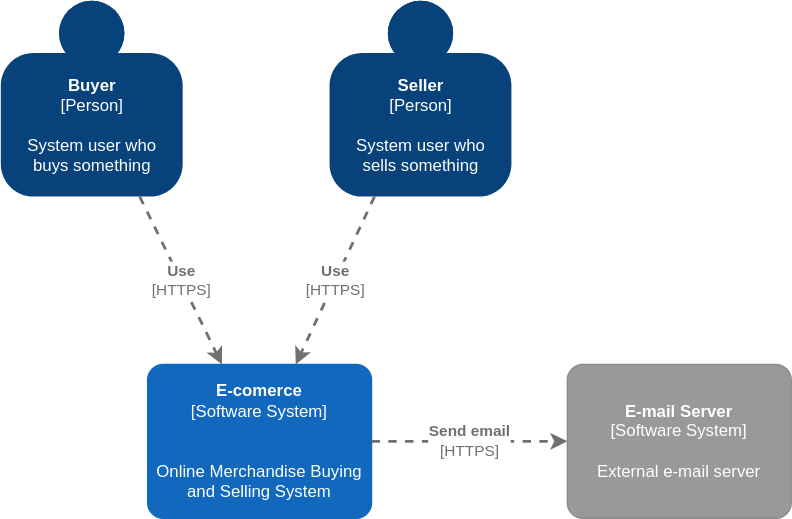
Above: docs/images/arch/context.drawio.svg in gsdenys/ecomerce-microservice-example (draw.io), before the change. Source tidied: cells renumbered, new cells last; positions are measured from the earlier drawing's top-left corner, leaving out a move shared by most shapes. Its diagram source:
```xml
<mxGraphModel>
  <root>
    <mxCell id="0" />
    <mxCell id="1" parent="0" />
    <object id="2" label="&lt;b&gt;%c4Name%&lt;/b&gt;&lt;div&gt;[%c4Type%]&lt;/div&gt;&lt;br&gt;&lt;div&gt;%c4Description%&lt;/div&gt;" c4Description="System user who &#10;buys something" c4Name="Buyer" c4Type="Person" placeholders="1">
      <mxCell style="html=1;dashed=0;whitespace=wrap;fillColor=#08427b;strokeColor=none;fontColor=#ffffff;shape=mxgraph.c4.person;align=center;points=[[0.5,0,0],[1,0.5,0],[1,0.75,0],[0.75,1,0],[0.5,1,0],[0.25,1,0],[0,0.75,0],[0,0.5,0]];metaData={&quot;c4Type&quot;:{&quot;editable&quot;:false}};" parent="1" vertex="1">
        <mxGeometry width="130" height="140" as="geometry" />
      </mxCell>
    </object>
    <object id="3" label="&lt;b&gt;%c4Name%&lt;/b&gt;&lt;div&gt;[%c4Type%]&lt;/div&gt;&lt;br&gt;&lt;div&gt;%c4Description%&lt;/div&gt;" c4Description="System user who &#10;sells something" c4Name="Seller" c4Type="Person" placeholders="1">
      <mxCell style="html=1;dashed=0;whitespace=wrap;fillColor=#08427b;strokeColor=none;fontColor=#ffffff;shape=mxgraph.c4.person;align=center;points=[[0.5,0,0],[1,0.5,0],[1,0.75,0],[0.75,1,0],[0.5,1,0],[0.25,1,0],[0,0.75,0],[0,0.5,0]];metaData={&quot;c4Type&quot;:{&quot;editable&quot;:false}};" parent="1" vertex="1">
        <mxGeometry x="235" width="130" height="140" as="geometry" />
      </mxCell>
    </object>
    <object id="4" label="&lt;b&gt;%c4Name%&lt;/b&gt;&lt;div&gt;[%c4Type%]&lt;/div&gt;&lt;br&gt;&lt;div&gt;%c4Description%&lt;/div&gt;" c4Description="&#10;Online Merchandise Buying and Selling System" c4Name="E-comerce" c4Type="Software System" placeholders="1">
      <mxCell style="rounded=1;whiteSpace=wrap;html=1;labelBackgroundColor=none;fillColor=#1168BD;fontColor=#ffffff;align=center;arcSize=10;strokeColor=#1168BD;metaData={&quot;c4Type&quot;:{&quot;editable&quot;:false}};points=[[0.25,0,0],[0.5,0,0],[0.75,0,0],[1,0.25,0],[1,0.5,0],[1,0.75,0],[0.75,1,0],[0.5,1,0],[0.25,1,0],[0,0.75,0],[0,0.5,0],[0,0.25,0]];" parent="1" vertex="1">
        <mxGeometry x="105" y="260" width="160" height="110" as="geometry" />
      </mxCell>
    </object>
    <object id="5" label="&lt;b&gt;%c4Name%&lt;/b&gt;&lt;div&gt;[%c4Type%]&lt;/div&gt;&lt;br&gt;&lt;div&gt;%c4Description%&lt;/div&gt;" c4Description="External e-mail server" c4Name="E-mail Server" c4Type="Software System" placeholders="1">
      <mxCell style="rounded=1;whiteSpace=wrap;html=1;labelBackgroundColor=none;fillColor=#999999;fontColor=#ffffff;align=center;arcSize=10;strokeColor=#8A8A8A;metaData={&quot;c4Type&quot;:{&quot;editable&quot;:false}};points=[[0.25,0,0],[0.5,0,0],[0.75,0,0],[1,0.25,0],[1,0.5,0],[1,0.75,0],[0.75,1,0],[0.5,1,0],[0.25,1,0],[0,0.75,0],[0,0.5,0],[0,0.25,0]];" parent="1" vertex="1">
        <mxGeometry x="405" y="260" width="160" height="110" as="geometry" />
      </mxCell>
    </object>
    <object id="6" label="&lt;div style=&quot;text-align: left&quot;&gt;&lt;div style=&quot;text-align: center&quot;&gt;&lt;b&gt;%c4Description%&lt;/b&gt;&lt;/div&gt;&lt;div style=&quot;text-align: center&quot;&gt;[%c4Technology%]&lt;/div&gt;&lt;/div&gt;" c4Description="Send email" c4Technology="HTTPS" c4Type="Relationship" placeholders="1">
      <mxCell style="edgeStyle=none;rounded=0;html=1;jettySize=auto;strokeColor=#707070;strokeWidth=2;fontColor=#707070;jumpStyle=none;dashed=1;metaData={&quot;c4Type&quot;:{&quot;editable&quot;:false}};" parent="1" edge="1" source="4" target="5">
        <mxGeometry relative="1" as="geometry" />
      </mxCell>
    </object>
    <object id="7" label="&lt;div style=&quot;text-align: left&quot;&gt;&lt;div style=&quot;text-align: center&quot;&gt;&lt;b&gt;%c4Description%&lt;/b&gt;&lt;/div&gt;&lt;div style=&quot;text-align: center&quot;&gt;[%c4Technology%]&lt;/div&gt;&lt;/div&gt;" c4Description="Use" c4Technology="HTTPS" c4Type="Relationship" placeholders="1">
      <mxCell style="edgeStyle=none;rounded=0;html=1;jettySize=auto;strokeColor=#707070;strokeWidth=2;fontColor=#707070;jumpStyle=none;dashed=1;metaData={&quot;c4Type&quot;:{&quot;editable&quot;:false}};" parent="1" edge="1" source="2" target="4">
        <mxGeometry relative="1" as="geometry" />
      </mxCell>
    </object>
    <object id="8" label="&lt;div style=&quot;text-align: left&quot;&gt;&lt;div style=&quot;text-align: center&quot;&gt;&lt;b&gt;%c4Description%&lt;/b&gt;&lt;/div&gt;&lt;div style=&quot;text-align: center&quot;&gt;[%c4Technology%]&lt;/div&gt;&lt;/div&gt;" c4Description="Use" c4Technology="HTTPS" c4Type="Relationship" placeholders="1">
      <mxCell style="edgeStyle=none;rounded=0;html=1;jettySize=auto;strokeColor=#707070;strokeWidth=2;fontColor=#707070;jumpStyle=none;dashed=1;metaData={&quot;c4Type&quot;:{&quot;editable&quot;:false}};" parent="1" edge="1" source="3" target="4">
        <mxGeometry relative="1" as="geometry" />
      </mxCell>
    </object>
  </root>
</mxGraphModel>
```
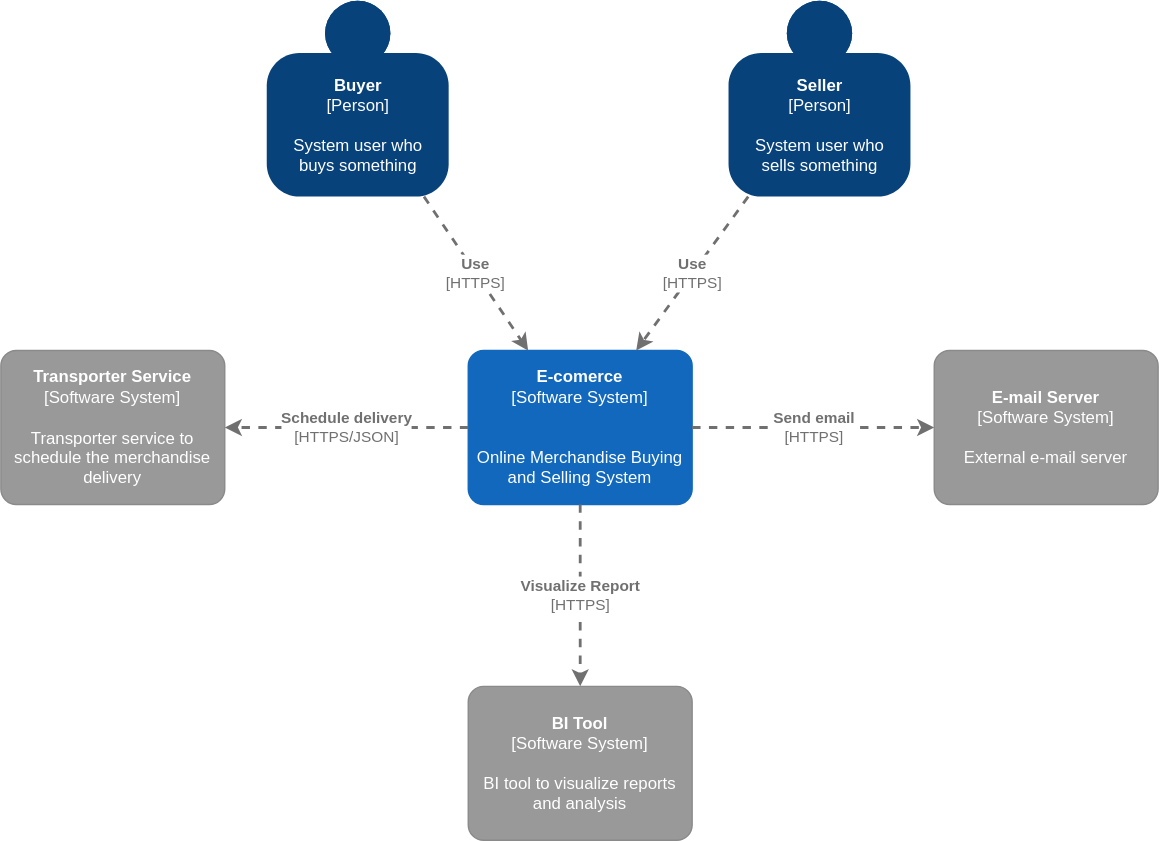
The same diagram one commit later.

Commit message:
add BI Tool to context Diagram

Change to the diagram source:
```diff
@@ -4,22 +4,22 @@
     <mxCell id="1" parent="0" />
     <object id="2" label="&lt;b&gt;%c4Name%&lt;/b&gt;&lt;div&gt;[%c4Type%]&lt;/div&gt;&lt;br&gt;&lt;div&gt;%c4Description%&lt;/div&gt;" c4Description="System user who &#10;buys something" c4Name="Buyer" c4Type="Person" placeholders="1">
       <mxCell style="html=1;dashed=0;whitespace=wrap;fillColor=#08427b;strokeColor=none;fontColor=#ffffff;shape=mxgraph.c4.person;align=center;points=[[0.5,0,0],[1,0.5,0],[1,0.75,0],[0.75,1,0],[0.5,1,0],[0.25,1,0],[0,0.75,0],[0,0.5,0]];metaData={&quot;c4Type&quot;:{&quot;editable&quot;:false}};" parent="1" vertex="1">
-        <mxGeometry width="130" height="140" as="geometry" />
+        <mxGeometry x="10" y="-30" width="130" height="140" as="geometry" />
       </mxCell>
     </object>
     <object id="3" label="&lt;b&gt;%c4Name%&lt;/b&gt;&lt;div&gt;[%c4Type%]&lt;/div&gt;&lt;br&gt;&lt;div&gt;%c4Description%&lt;/div&gt;" c4Description="System user who &#10;sells something" c4Name="Seller" c4Type="Person" placeholders="1">
       <mxCell style="html=1;dashed=0;whitespace=wrap;fillColor=#08427b;strokeColor=none;fontColor=#ffffff;shape=mxgraph.c4.person;align=center;points=[[0.5,0,0],[1,0.5,0],[1,0.75,0],[0.75,1,0],[0.5,1,0],[0.25,1,0],[0,0.75,0],[0,0.5,0]];metaData={&quot;c4Type&quot;:{&quot;editable&quot;:false}};" parent="1" vertex="1">
-        <mxGeometry x="235" width="130" height="140" as="geometry" />
+        <mxGeometry x="340" y="-30" width="130" height="140" as="geometry" />
       </mxCell>
     </object>
     <object id="4" label="&lt;b&gt;%c4Name%&lt;/b&gt;&lt;div&gt;[%c4Type%]&lt;/div&gt;&lt;br&gt;&lt;div&gt;%c4Description%&lt;/div&gt;" c4Description="&#10;Online Merchandise Buying and Selling System" c4Name="E-comerce" c4Type="Software System" placeholders="1">
       <mxCell style="rounded=1;whiteSpace=wrap;html=1;labelBackgroundColor=none;fillColor=#1168BD;fontColor=#ffffff;align=center;arcSize=10;strokeColor=#1168BD;metaData={&quot;c4Type&quot;:{&quot;editable&quot;:false}};points=[[0.25,0,0],[0.5,0,0],[0.75,0,0],[1,0.25,0],[1,0.5,0],[1,0.75,0],[0.75,1,0],[0.5,1,0],[0.25,1,0],[0,0.75,0],[0,0.5,0],[0,0.25,0]];" parent="1" vertex="1">
-        <mxGeometry x="105" y="260" width="160" height="110" as="geometry" />
+        <mxGeometry x="154" y="220" width="160" height="110" as="geometry" />
       </mxCell>
     </object>
     <object id="5" label="&lt;b&gt;%c4Name%&lt;/b&gt;&lt;div&gt;[%c4Type%]&lt;/div&gt;&lt;br&gt;&lt;div&gt;%c4Description%&lt;/div&gt;" c4Description="External e-mail server" c4Name="E-mail Server" c4Type="Software System" placeholders="1">
       <mxCell style="rounded=1;whiteSpace=wrap;html=1;labelBackgroundColor=none;fillColor=#999999;fontColor=#ffffff;align=center;arcSize=10;strokeColor=#8A8A8A;metaData={&quot;c4Type&quot;:{&quot;editable&quot;:false}};points=[[0.25,0,0],[0.5,0,0],[0.75,0,0],[1,0.25,0],[1,0.5,0],[1,0.75,0],[0.75,1,0],[0.5,1,0],[0.25,1,0],[0,0.75,0],[0,0.5,0],[0,0.25,0]];" parent="1" vertex="1">
-        <mxGeometry x="405" y="260" width="160" height="110" as="geometry" />
+        <mxGeometry x="487" y="220" width="160" height="110" as="geometry" />
       </mxCell>
     </object>
     <object id="6" label="&lt;div style=&quot;text-align: left&quot;&gt;&lt;div style=&quot;text-align: center&quot;&gt;&lt;b&gt;%c4Description%&lt;/b&gt;&lt;/div&gt;&lt;div style=&quot;text-align: center&quot;&gt;[%c4Technology%]&lt;/div&gt;&lt;/div&gt;" c4Description="Send email" c4Technology="HTTPS" c4Type="Relationship" placeholders="1">
@@ -37,5 +37,25 @@
         <mxGeometry relative="1" as="geometry" />
       </mxCell>
     </object>
+    <object id="9" label="&lt;b&gt;%c4Name%&lt;/b&gt;&lt;div&gt;[%c4Type%]&lt;/div&gt;&lt;br&gt;&lt;div&gt;%c4Description%&lt;/div&gt;" c4Description="Transporter service to schedule the merchandise delivery" c4Name="Transporter Service" c4Type="Software System" placeholders="1">
+      <mxCell style="rounded=1;whiteSpace=wrap;html=1;labelBackgroundColor=none;fillColor=#999999;fontColor=#ffffff;align=center;arcSize=10;strokeColor=#8A8A8A;metaData={&quot;c4Type&quot;:{&quot;editable&quot;:false}};points=[[0.25,0,0],[0.5,0,0],[0.75,0,0],[1,0.25,0],[1,0.5,0],[1,0.75,0],[0.75,1,0],[0.5,1,0],[0.25,1,0],[0,0.75,0],[0,0.5,0],[0,0.25,0]];" parent="1" vertex="1">
+        <mxGeometry x="-180" y="220" width="160" height="110" as="geometry" />
+      </mxCell>
+    </object>
+    <object id="10" label="&lt;div style=&quot;text-align: left&quot;&gt;&lt;div style=&quot;text-align: center&quot;&gt;&lt;b&gt;%c4Description%&lt;/b&gt;&lt;/div&gt;&lt;div style=&quot;text-align: center&quot;&gt;[%c4Technology%]&lt;/div&gt;&lt;/div&gt;" c4Description="Schedule delivery" c4Technology="HTTPS/JSON" c4Type="Relationship" placeholders="1">
+      <mxCell style="edgeStyle=none;rounded=0;html=1;jettySize=auto;strokeColor=#707070;strokeWidth=2;fontColor=#707070;jumpStyle=none;dashed=1;metaData={&quot;c4Type&quot;:{&quot;editable&quot;:false}};" parent="1" edge="1" source="4" target="9">
+        <mxGeometry relative="1" as="geometry" />
+      </mxCell>
+    </object>
+    <object id="11" label="&lt;b&gt;%c4Name%&lt;/b&gt;&lt;div&gt;[%c4Type%]&lt;/div&gt;&lt;br&gt;&lt;div&gt;%c4Description%&lt;/div&gt;" c4Description="BI tool to visualize reports and analysis" c4Name="BI Tool" c4Type="Software System" placeholders="1">
+      <mxCell style="rounded=1;whiteSpace=wrap;html=1;labelBackgroundColor=none;fillColor=#999999;fontColor=#ffffff;align=center;arcSize=10;strokeColor=#8A8A8A;metaData={&quot;c4Type&quot;:{&quot;editable&quot;:false}};points=[[0.25,0,0],[0.5,0,0],[0.75,0,0],[1,0.25,0],[1,0.5,0],[1,0.75,0],[0.75,1,0],[0.5,1,0],[0.25,1,0],[0,0.75,0],[0,0.5,0],[0,0.25,0]];" parent="1" vertex="1">
+        <mxGeometry x="154" y="460" width="160" height="110" as="geometry" />
+      </mxCell>
+    </object>
+    <object id="12" label="&lt;div style=&quot;text-align: left&quot;&gt;&lt;div style=&quot;text-align: center&quot;&gt;&lt;b&gt;%c4Description%&lt;/b&gt;&lt;/div&gt;&lt;div style=&quot;text-align: center&quot;&gt;[%c4Technology%]&lt;/div&gt;&lt;/div&gt;" c4Description="Visualize Report" c4Technology="HTTPS" c4Type="Relationship" placeholders="1">
+      <mxCell style="edgeStyle=none;rounded=0;html=1;jettySize=auto;strokeColor=#707070;strokeWidth=2;fontColor=#707070;jumpStyle=none;dashed=1;metaData={&quot;c4Type&quot;:{&quot;editable&quot;:false}};" parent="1" edge="1" source="4" target="11">
+        <mxGeometry relative="1" as="geometry" />
+      </mxCell>
+    </object>
   </root>
 </mxGraphModel>
```
